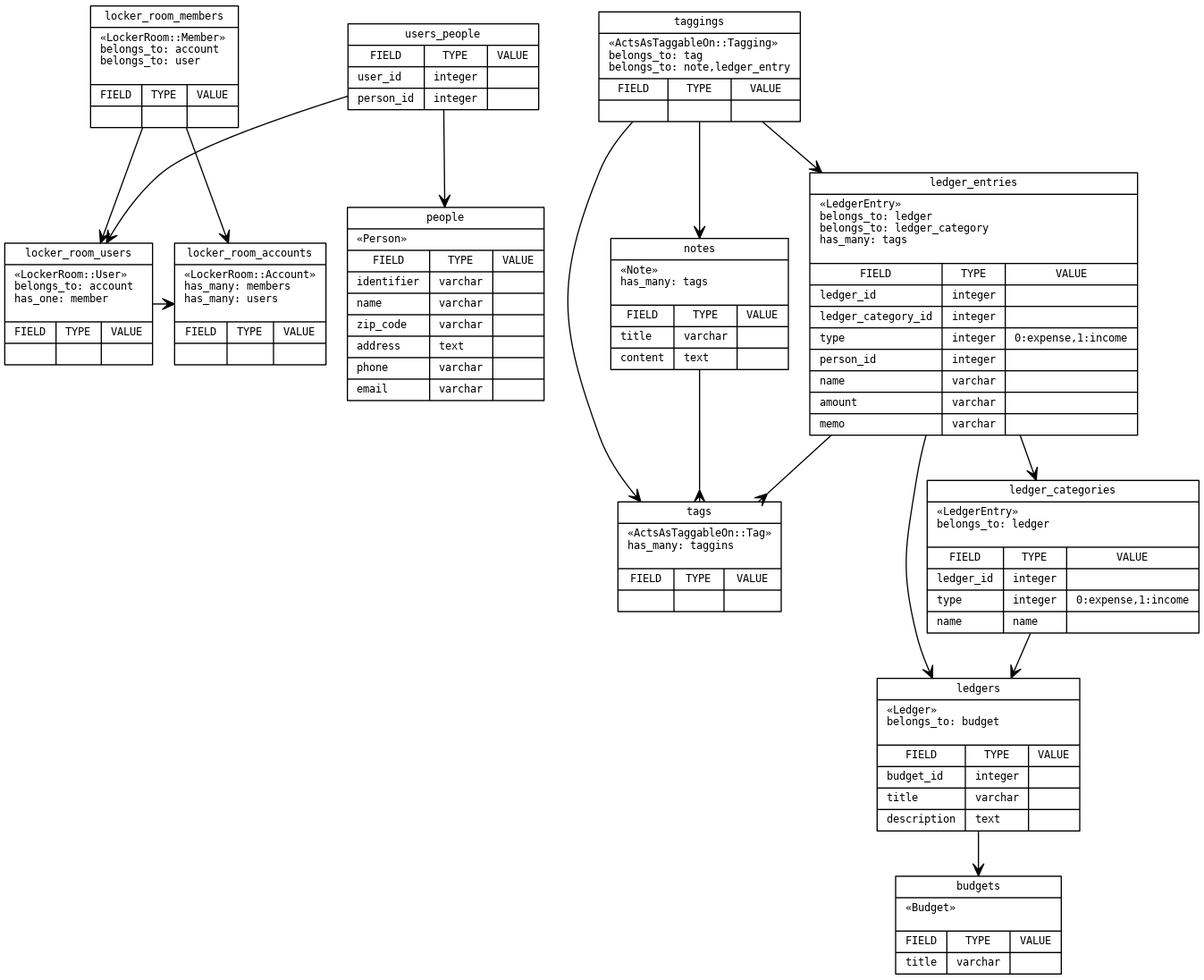
Earlier version of the Graphviz export doc/er.png (grauwoelfchen/clerkdesk). Its source is kept beside it as doc/er.dot. Source of this version:
```dot
digraph Clerkdesk {
  /**
   * Style
   *
   */

  graph [fontname = "DejaVuSansMono" fontsize = 9];
  node  [fontname = "DejaVuSansMono" fontsize = 9];
  edge  [fontname = "DejaVuSansMono" fontsize = 9];

  /**
   * Node
   *
   */

  node [ // object
    shape   = record
    rankdir = LR
  ]

  Account [
    label = "{locker_room_accounts|«LockerRoom::Account»\lhas_many: members\lhas_many: users\l\n|{ \
      {FIELD|\l}| \
      {TYPE|\l}| \
      {VALUE|\r} \
    }}"
  ]

  User [
    label = "{locker_room_users|«LockerRoom::User»\lbelongs_to: account\lhas_one: member\l\n|{ \
      {FIELD|\l}| \
      {TYPE|\l}| \
      {VALUE|\r} \
    }}"
  ]

  Member [
    label = "{locker_room_members|«LockerRoom::Member»\lbelongs_to: account\lbelongs_to: user\l\n|{ \
      {FIELD|\l}| \
      {TYPE|\l}| \
      {VALUE|\r} \
    }}"
  ]

  Tag [
    label = "{tags|«ActsAsTaggableOn::Tag»\lhas_many: taggins\l\n|{ \
      {FIELD|\l}| \
      {TYPE|\l}| \
      {VALUE|\r} \
    }}"
  ]

  Tagging [
    label = "{taggings|«ActsAsTaggableOn::Tagging»\lbelongs_to: tag\lbelongs_to: note,ledger_entry\n|{ \
      {FIELD|\l}| \
      {TYPE|\l}| \
      {VALUE|\r} \
    }}"
  ]

  Note [
    label = "{notes|«Note»\lhas_many: tags\l\n|{ \
      {FIELD|title\l|content\l}| \
      {TYPE|varchar\l|text\l}| \
      {VALUE|\r|\r} \
    }}"
  ]

  Budget [
    label = "{budgets|«Budget»\l\n|{ \
      {FIELD|title\l}| \
      {TYPE|varchar\l}| \
      {VALUE|\r} \
    }}"
  ]

  Ledger [
    label = "{ledgers|«Ledger»\lbelongs_to: budget\l\n|{ \
      {FIELD|budget_id\l|title\l|description\l}| \
      {TYPE|integer\l|varchar\l|text\l}| \
      {VALUE|\r|\r|\r} \
    }}"
  ]

  LedgerCategory [
    label = "{ledger_categories|«LedgerEntry»\lbelongs_to: ledger\l\n|{ \
      {FIELD|ledger_id\l|type\l|name\l}| \
      {TYPE|integer\l|integer\l|name\l}| \
      {VALUE|\r|0:expense,1:income\r|\r} \
    }}"
  ]

  LedgerEntry [
    label = "{ledger_entries|«LedgerEntry»\lbelongs_to: ledger\lbelongs_to: ledger_category\lhas_many: tags\l\n|{ \
      {FIELD|ledger_id\l|ledger_category_id\l|type\l|person_id\l|name\l|amount\l|memo\l}| \
      {TYPE|integer\l|integer\l|integer\l|integer\l|varchar\l|varchar\l|varchar\l}| \
      {VALUE|\r|\r|0:expense,1:income\r|\r|\r|\r|\r} \
    }}"
  ]

  Person [
    label = "{people|«Person»\l|{ \
      {FIELD|identifier\l|name\l|zip_code\l|address\l|phone\l|email\l}| \
      {TYPE|varchar\l|varchar\l|varchar\l|text\l|varchar\l|varchar\l}| \
      {VALUE|\r|\r|\r|\r|\r|\r} \
    }}"
  ]

  edge [ // table
    shape   = record
    rankdir = LR
  ]

  UserPerson [
    label = "{users_people|{ \
      {FIELD|user_id\l|person_id\l}| \
      {TYPE|integer\l|integer\l}| \
      {VALUE|\r|\r} \
    }}"
  ]


  /**
   * Relation
   *
   */

  edge [ // has_many
    arrowhead = crow
    arrowtail = none
    headlabel = ""
    taillabel = ""
    dir       = both
  ]


  Note        -> Tag
  LedgerEntry -> Tag

  edge [ // belongs_to
    arrowhead = vee
    arrowtail = none
    headlabel = ""
    taillabel = ""
    dir       = both
  ]

  Member -> Account
  Member -> User
  User   -> Account

  Tagging -> Tag
  Tagging -> Note
  Tagging -> LedgerEntry

  Ledger         -> Budget
  LedgerCategory -> Ledger
  LedgerEntry    -> Ledger
  LedgerEntry    -> LedgerCategory

  UserPerson -> User
  UserPerson -> Person

  edge [ // has_one
    arrowhead = normal
    arrowtail = none
    headlabel = ""
    taillabel = ""
    dir       = both
  ]

  edge [ // has_and_belongs_to_many
    arrowhead = crow
    arrowtail = vee
    headlabel = ""
    taillabel = ""
    dir       = both
  ]


  /**
   * Layout
   *
   */

  {rank=same; Member;};
  {rank=same; Account;User;};
}
```
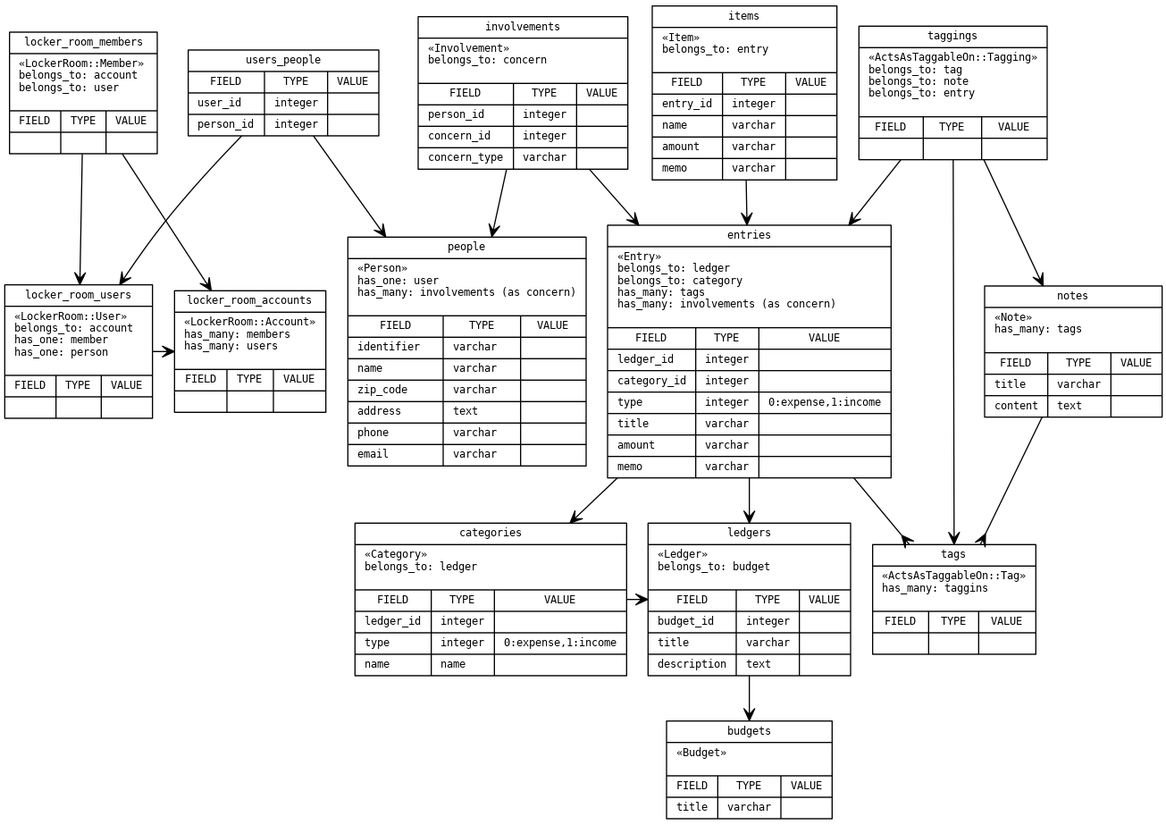
Above is the later version.

The edit, as a diff of the source:
```diff
@@ -4,9 +4,9 @@
    *
    */
 
-  graph [fontname = "DejaVuSansMono" fontsize = 9];
-  node  [fontname = "DejaVuSansMono" fontsize = 9];
-  edge  [fontname = "DejaVuSansMono" fontsize = 9];
+  graph [fontname = "DejaVuSansMono"; fontsize = 9];
+  node  [fontname = "DejaVuSansMono"; fontsize = 9];
+  edge  [fontname = "DejaVuSansMono"; fontsize = 9];
 
   /**
    * Node
@@ -27,7 +27,7 @@
   ]
 
   User [
-    label = "{locker_room_users|«LockerRoom::User»\lbelongs_to: account\lhas_one: member\l\n|{ \
+    label = "{locker_room_users|«LockerRoom::User»\lbelongs_to: account\lhas_one: member\lhas_one: person\l\n|{ \
       {FIELD|\l}| \
       {TYPE|\l}| \
       {VALUE|\r} \
@@ -51,7 +51,7 @@
   ]
 
   Tagging [
-    label = "{taggings|«ActsAsTaggableOn::Tagging»\lbelongs_to: tag\lbelongs_to: note,ledger_entry\n|{ \
+    label = "{taggings|«ActsAsTaggableOn::Tagging»\lbelongs_to: tag\lbelongs_to: note\lbelongs_to: entry\l\n|{ \
       {FIELD|\l}| \
       {TYPE|\l}| \
       {VALUE|\r} \
@@ -82,27 +82,43 @@
     }}"
   ]
 
-  LedgerCategory [
-    label = "{ledger_categories|«LedgerEntry»\lbelongs_to: ledger\l\n|{ \
+  Category [
+    label = "{categories|«Category»\lbelongs_to: ledger\l\n|{ \
       {FIELD|ledger_id\l|type\l|name\l}| \
       {TYPE|integer\l|integer\l|name\l}| \
       {VALUE|\r|0:expense,1:income\r|\r} \
     }}"
   ]
 
-  LedgerEntry [
-    label = "{ledger_entries|«LedgerEntry»\lbelongs_to: ledger\lbelongs_to: ledger_category\lhas_many: tags\l\n|{ \
-      {FIELD|ledger_id\l|ledger_category_id\l|type\l|person_id\l|name\l|amount\l|memo\l}| \
-      {TYPE|integer\l|integer\l|integer\l|integer\l|varchar\l|varchar\l|varchar\l}| \
-      {VALUE|\r|\r|0:expense,1:income\r|\r|\r|\r|\r} \
+  Entry [
+    label = "{entries|«Entry»\lbelongs_to: ledger\lbelongs_to: category\lhas_many: tags\lhas_many: involvements (as concern)\l\n|{ \
+      {FIELD|ledger_id\l|category_id\l|type\l|title\l|amount\l|memo\l}| \
+      {TYPE|integer\l|integer\l|integer\l|varchar\l|varchar\l|varchar\l}| \
+      {VALUE|\r|\r|0:expense,1:income\r|\r|\r|\r} \
+    }}"
+  ]
+
+  Item [
+    label = "{items|«Item»\lbelongs_to: entry\l\n|{ \
+      {FIELD|entry_id\l|name\l|amount\l|memo\l}| \
+      {TYPE|integer\l|varchar\l|varchar\l|varchar\l}| \
+      {VALUE|\r|\r|\r|\r} \
     }}"
   ]
 
   Person [
-    label = "{people|«Person»\l|{ \
+    label = "{people|«Person»\lhas_one: user\lhas_many: involvements (as concern)\l\n|{ \
       {FIELD|identifier\l|name\l|zip_code\l|address\l|phone\l|email\l}| \
       {TYPE|varchar\l|varchar\l|varchar\l|text\l|varchar\l|varchar\l}| \
       {VALUE|\r|\r|\r|\r|\r|\r} \
+    }}"
+  ]
+
+  Involvement [
+    label = "{involvements|«Involvement»\lbelongs_to: concern\l\n|{ \
+      {FIELD|person_id\l|concern_id\l|concern_type\l}| \
+      {TYPE|integer\l|integer\l|varchar\l}| \
+      {VALUE|\r|\r|\r} \
     }}"
   ]
 
@@ -134,8 +150,8 @@
   ]
 
 
-  Note        -> Tag
-  LedgerEntry -> Tag
+  Note  -> Tag
+  Entry -> Tag
 
   edge [ // belongs_to
     arrowhead = vee
@@ -151,15 +167,19 @@
 
   Tagging -> Tag
   Tagging -> Note
-  Tagging -> LedgerEntry
+  Tagging -> Entry
 
-  Ledger         -> Budget
-  LedgerCategory -> Ledger
-  LedgerEntry    -> Ledger
-  LedgerEntry    -> LedgerCategory
+  Ledger   -> Budget
+  Category -> Ledger
+  Entry    -> Ledger
+  Entry    -> Category
+  Item     -> Entry
 
   UserPerson -> User
   UserPerson -> Person
+
+  Involvement -> Person
+  Involvement -> Entry
 
   edge [ // has_one
     arrowhead = normal
@@ -183,6 +203,8 @@
    *
    */
 
-  {rank=same; Member;};
-  {rank=same; Account;User;};
+  {rank = same; Member;};
+  {rank = same; Account; User;};
+  {rank = same; Ledger; Category};
+  {rank = same; Entry; Person};
 }
```
